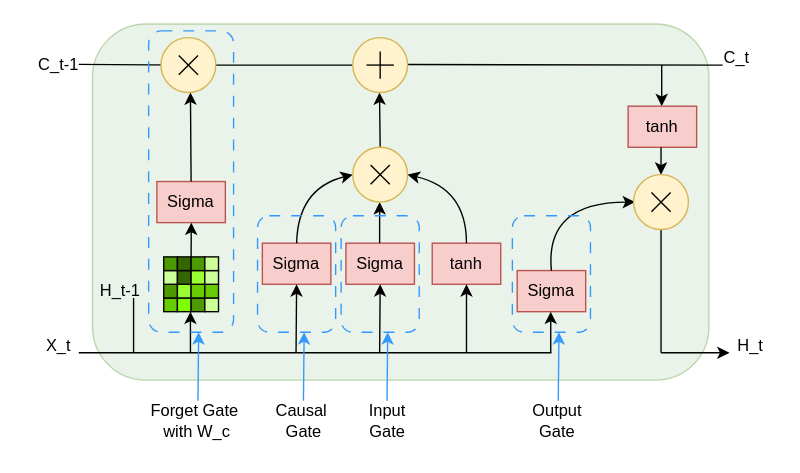
This is lstm.drawio from hzb29/hzb29, a draw.io file, before an edit. Source tidied: cells renumbered, new cells numbered last; positions are measured from the earlier drawing's top-left corner, leaving out a move shared by most shapes. Both pictures are drawn from the tidied source at 137%, with x=0, y=0 at pixel (23, 23).
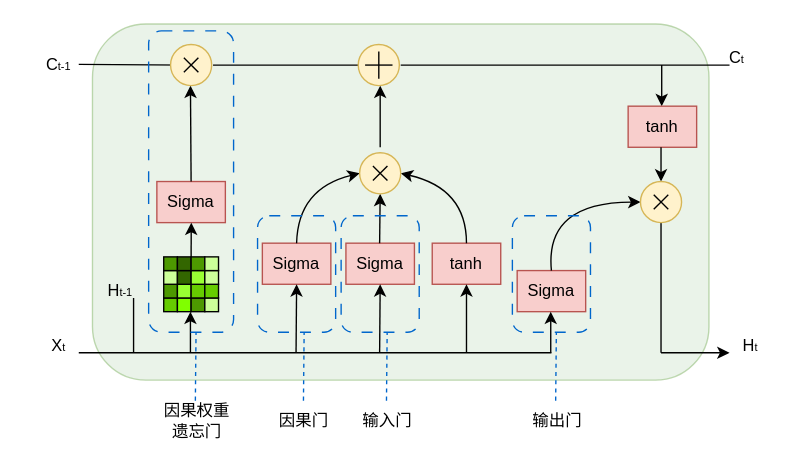
After the change.

Unchanged cells that the change refers to:
```xml
<mxCell id="5" value="Sigma" style="rounded=0;whiteSpace=wrap;html=1;fillColor=#f8cecc;strokeColor=#b85450;" parent="1" vertex="1">
  <mxGeometry x="97" y="115" width="50" height="30" as="geometry" />
</mxCell>
<mxCell id="7" value="Sigma" style="rounded=0;whiteSpace=wrap;html=1;fillColor=#f8cecc;strokeColor=#b85450;" parent="1" vertex="1">
  <mxGeometry x="360" y="180" width="50" height="30" as="geometry" />
</mxCell>
<mxCell id="8" value="tanh" style="rounded=0;whiteSpace=wrap;html=1;fillColor=#f8cecc;strokeColor=#b85450;" parent="1" vertex="1">
  <mxGeometry x="298" y="160" width="50" height="30" as="geometry" />
</mxCell>
<mxCell id="48" value="Sigma" style="rounded=0;whiteSpace=wrap;html=1;fillColor=#f8cecc;strokeColor=#b85450;" parent="1" vertex="1">
  <mxGeometry x="174" y="160" width="50" height="30" as="geometry" />
</mxCell>
```

What changed in the source:
```diff
@@
     <mxCell id="3" style="endArrow=none;html=1;rounded=0;" parent="1" edge="1">
       <mxGeometry relative="1" as="geometry">
-        <mxPoint x="140" y="30" as="sourcePoint" />
-        <mxPoint x="240" y="30" as="targetPoint" />
+        <mxPoint x="138" y="30" as="sourcePoint" />
+        <mxPoint x="249" y="30" as="targetPoint" />
       </mxGeometry>
     </mxCell>
@@
     <mxCell id="9" style="endArrow=classic;html=1;rounded=0;exitX=0.5;exitY=0;exitDx=0;exitDy=0;" parent="1" edge="1" source="5">
       <mxGeometry relative="1" as="geometry">
-        <mxPoint x="121.5" y="50" as="targetPoint" />
+        <mxPoint x="121.5" y="45" as="targetPoint" />
       </mxGeometry>
     </mxCell>
-    <mxCell id="10" style="curved=1;endArrow=classic;html=1;rounded=0;exitX=0.5;exitY=0;exitDx=0;exitDy=0;entryX=1;entryY=0.5;entryDx=0;entryDy=0;" parent="1" edge="1" source="8">
+    <mxCell id="10" style="curved=1;endArrow=classic;html=1;rounded=0;exitX=0.5;exitY=0;exitDx=0;exitDy=0;entryX=1;entryY=0.5;entryDx=0;entryDy=0;" parent="1" edge="1" source="8" target="89">
       <mxGeometry relative="1" as="geometry">
-        <mxPoint x="280" y="110" as="targetPoint" />
         <Array as="points">
           <mxPoint x="323" y="120" />
         </Array>
       </mxGeometry>
     </mxCell>
     <mxCell id="11" style="endArrow=classic;html=1;rounded=0;" parent="1" edge="1">
       <mxGeometry relative="1" as="geometry">
         <mxPoint x="260" y="90" as="sourcePoint" />
-        <mxPoint x="259.5" y="50" as="targetPoint" />
+        <mxPoint x="260" y="45" as="targetPoint" />
       </mxGeometry>
     </mxCell>
@@
-    <mxCell id="14" style="curved=1;endArrow=classic;html=1;rounded=0;entryX=0;entryY=0.5;entryDx=0;entryDy=0;exitX=0.5;exitY=0;exitDx=0;exitDy=0;" parent="1" edge="1" source="7">
+    <mxCell id="14" style="curved=1;endArrow=classic;html=1;rounded=0;entryX=0;entryY=0.5;entryDx=0;entryDy=0;exitX=0.5;exitY=0;exitDx=0;exitDy=0;" parent="1" edge="1" source="7" target="95">
       <mxGeometry relative="1" as="geometry">
-        <mxPoint x="446" y="130" as="targetPoint" />
         <Array as="points">
           <mxPoint x="380" y="130" />
         </Array>
       </mxGeometry>
     </mxCell>
-    <mxCell id="15" style="endArrow=classic;html=1;rounded=0;" parent="1" edge="1">
+    <mxCell id="15" style="endArrow=classic;html=1;rounded=0;entryX=0.5;entryY=0;entryDx=0;entryDy=0;" parent="1" edge="1" target="95">
       <mxGeometry relative="1" as="geometry">
         <mxPoint x="465" y="90" as="sourcePoint" />
-        <mxPoint x="465" y="110" as="targetPoint" />
       </mxGeometry>
     </mxCell>
-    <mxCell id="16" style="endArrow=none;html=1;rounded=0;" parent="1" edge="1">
+    <mxCell id="16" style="endArrow=none;html=1;rounded=0;entryX=0.5;entryY=1;entryDx=0;entryDy=0;" parent="1" edge="1" target="95">
       <mxGeometry relative="1" as="geometry">
         <mxPoint x="465" y="240" as="sourcePoint" />
-        <mxPoint x="465" y="150" as="targetPoint" />
       </mxGeometry>
     </mxCell>
@@
-    <mxCell id="23" value="C_t" style="text;html=1;align=center;verticalAlign=middle;strokeColor=none;fillColor=none;" parent="1" vertex="1">
-      <mxGeometry x="500" y="10" width="40" height="30" as="geometry" />
+    <mxCell id="23" value="C&lt;font style=&quot;font-size: 8px;&quot;&gt;t&lt;/font&gt;" style="text;html=1;align=center;verticalAlign=middle;strokeColor=none;fillColor=none;" parent="1" vertex="1">
+      <mxGeometry x="505" y="10" width="30" height="30" as="geometry" />
     </mxCell>
-    <mxCell id="24" value="C_t-1" style="text;html=1;align=center;verticalAlign=middle;strokeColor=none;fillColor=none;" parent="1" vertex="1">
-      <mxGeometry y="15" width="50" height="30" as="geometry" />
+    <mxCell id="24" value="C&lt;font style=&quot;font-size: 8px;&quot;&gt;t-1&lt;/font&gt;" style="text;html=1;align=center;verticalAlign=middle;strokeColor=none;fillColor=none;" parent="1" vertex="1">
+      <mxGeometry x="5" y="15" width="40" height="30" as="geometry" />
     </mxCell>
-    <mxCell id="25" value="H_t-1" style="text;html=1;align=center;verticalAlign=middle;strokeColor=none;fillColor=none;" parent="1" vertex="1">
-      <mxGeometry x="45" y="180" width="50" height="30" as="geometry" />
+    <mxCell id="25" value="H&lt;font style=&quot;font-size: 8px;&quot;&gt;t-1&lt;/font&gt;" style="text;html=1;align=center;verticalAlign=middle;strokeColor=none;fillColor=none;" parent="1" vertex="1">
+      <mxGeometry x="50" y="180" width="40" height="30" as="geometry" />
     </mxCell>
-    <mxCell id="26" value="H_t" style="text;html=1;align=center;verticalAlign=middle;strokeColor=none;fillColor=none;" parent="1" vertex="1">
-      <mxGeometry x="510" y="220" width="40" height="30" as="geometry" />
+    <mxCell id="26" value="H&lt;font style=&quot;font-size: 8px;&quot;&gt;t&lt;/font&gt;" style="text;html=1;align=center;verticalAlign=middle;strokeColor=none;fillColor=none;" parent="1" vertex="1">
+      <mxGeometry x="515" y="220" width="30" height="30" as="geometry" />
     </mxCell>
@@
-    <mxCell id="28" value="X_t" style="text;html=1;align=center;verticalAlign=middle;strokeColor=none;fillColor=none;" parent="1" vertex="1">
-      <mxGeometry x="5" y="220" width="40" height="30" as="geometry" />
+    <mxCell id="28" value="X&lt;font style=&quot;font-size: 8px;&quot;&gt;t&lt;/font&gt;" style="text;html=1;align=center;verticalAlign=middle;strokeColor=none;fillColor=none;" parent="1" vertex="1">
+      <mxGeometry x="10" y="220" width="30" height="30" as="geometry" />
     </mxCell>
@@
-    <mxCell id="46" style="rounded=1;whiteSpace=wrap;html=1;dashed=1;dashPattern=8 8;fillColor=none;strokeColor=#3399FF;" parent="1" vertex="1">
+    <mxCell id="46" style="rounded=1;whiteSpace=wrap;html=1;dashed=1;dashPattern=8 8;fillColor=none;strokeColor=#0066CC;" parent="1" vertex="1">
       <mxGeometry x="91" y="5" width="62" height="220" as="geometry" />
     </mxCell>
     <mxCell id="47" style="endArrow=none;html=1;rounded=0;" parent="1" edge="1">
       <mxGeometry relative="1" as="geometry">
-        <mxPoint x="280" y="29.6" as="sourcePoint" />
-        <mxPoint x="510" y="30" as="targetPoint" />
+        <mxPoint x="275" y="30" as="sourcePoint" />
+        <mxPoint x="515" y="30" as="targetPoint" />
       </mxGeometry>
     </mxCell>
@@
-    <mxCell id="49" style="endArrow=classic;html=1;rounded=0;" parent="1" edge="1">
+    <mxCell id="49" style="endArrow=classic;html=1;rounded=0;entryX=0.5;entryY=1;entryDx=0;entryDy=0;" parent="1" edge="1" target="89">
       <mxGeometry relative="1" as="geometry">
         <mxPoint x="259.6" y="160" as="sourcePoint" />
-        <mxPoint x="259.6" y="130" as="targetPoint" />
       </mxGeometry>
     </mxCell>
@@
-    <mxCell id="51" style="curved=1;endArrow=classic;html=1;rounded=0;exitX=0.5;exitY=0;exitDx=0;exitDy=0;" parent="1" edge="1" source="48">
+    <mxCell id="51" style="curved=1;endArrow=classic;html=1;rounded=0;exitX=0.5;exitY=0;exitDx=0;exitDy=0;entryX=0;entryY=0.5;entryDx=0;entryDy=0;" parent="1" edge="1" source="48" target="89">
       <mxGeometry relative="1" as="geometry">
-        <mxPoint x="240" y="110" as="targetPoint" />
         <Array as="points">
           <mxPoint x="200" y="120" />
         </Array>
       </mxGeometry>
     </mxCell>
@@
-    <mxCell id="53" style="rounded=1;whiteSpace=wrap;html=1;dashed=1;dashPattern=8 8;fillColor=none;strokeColor=#3399FF;" parent="1" vertex="1">
+    <mxCell id="53" style="rounded=1;whiteSpace=wrap;html=1;dashed=1;dashPattern=8 8;fillColor=none;strokeColor=#0066CC;" parent="1" vertex="1">
       <mxGeometry x="170.5" y="140" width="57" height="85" as="geometry" />
     </mxCell>
-    <mxCell id="54" style="rounded=1;whiteSpace=wrap;html=1;dashed=1;dashPattern=8 8;fillColor=none;strokeColor=#3399FF;" parent="1" vertex="1">
+    <mxCell id="54" style="rounded=1;whiteSpace=wrap;html=1;dashed=1;dashPattern=8 8;fillColor=none;strokeColor=#0066CC;" parent="1" vertex="1">
       <mxGeometry x="231.5" y="140" width="57" height="85" as="geometry" />
     </mxCell>
-    <mxCell id="55" style="rounded=1;whiteSpace=wrap;html=1;dashed=1;dashPattern=8 8;fillColor=none;strokeColor=#3399FF;" parent="1" vertex="1">
+    <mxCell id="55" style="rounded=1;whiteSpace=wrap;html=1;dashed=1;dashPattern=8 8;fillColor=none;strokeColor=#0066CC;" parent="1" vertex="1">
       <mxGeometry x="356.5" y="140" width="57" height="85" as="geometry" />
     </mxCell>
-    <mxCell id="56" style="endArrow=classic;html=1;rounded=0;strokeColor=#3399FF;" parent="1" edge="1">
-      <mxGeometry relative="1" as="geometry">
-        <mxPoint x="390" y="275" as="sourcePoint" />
-        <mxPoint x="390.5" y="225" as="targetPoint" />
-      </mxGeometry>
-    </mxCell>
-    <mxCell id="57" style="endArrow=classic;html=1;rounded=0;strokeColor=#3399FF;" parent="1" edge="1">
-      <mxGeometry relative="1" as="geometry">
-        <mxPoint x="265" y="275" as="sourcePoint" />
-        <mxPoint x="265.5" y="225" as="targetPoint" />
-      </mxGeometry>
-    </mxCell>
-    <mxCell id="58" style="endArrow=classic;html=1;rounded=0;strokeColor=#3399FF;" parent="1" edge="1">
+    <mxCell id="58" style="endArrow=none;html=1;rounded=0;strokeColor=#0066CC;startFill=0;dashed=1;" parent="1" edge="1">
       <mxGeometry relative="1" as="geometry">
         <mxPoint x="204" y="275" as="sourcePoint" />
         <mxPoint x="204.5" y="225" as="targetPoint" />
       </mxGeometry>
     </mxCell>
-    <mxCell id="59" style="endArrow=classic;html=1;rounded=0;strokeColor=#3399FF;" parent="1" edge="1">
+    <mxCell id="59" style="endArrow=classic;html=1;rounded=0;strokeColor=none;dashed=1;" parent="1" edge="1">
       <mxGeometry relative="1" as="geometry">
         <mxPoint x="127" y="275" as="sourcePoint" />
         <mxPoint x="127.5" y="225" as="targetPoint" />
       </mxGeometry>
     </mxCell>
-    <mxCell id="60" value="Forget Gate&amp;nbsp;&lt;div&gt;with W_c&lt;/div&gt;" style="text;html=1;align=center;verticalAlign=middle;strokeColor=none;fillColor=none;" parent="1" vertex="1">
-      <mxGeometry x="80.5" y="270" width="90" height="40" as="geometry" />
+    <mxCell id="60" value="因果权重&lt;div&gt;遗忘门&lt;/div&gt;" style="text;html=1;align=center;verticalAlign=middle;strokeColor=none;fillColor=none;" parent="1" vertex="1">
+      <mxGeometry x="90.5" y="270" width="70" height="40" as="geometry" />
     </mxCell>
-    <mxCell id="61" value="Causal&amp;nbsp;&lt;div&gt;Gate&lt;/div&gt;" style="text;html=1;align=center;verticalAlign=middle;strokeColor=none;fillColor=none;" parent="1" vertex="1">
-      <mxGeometry x="174" y="270" width="60" height="40" as="geometry" />
+    <mxCell id="61" value="因果门" style="text;html=1;align=center;verticalAlign=middle;strokeColor=none;fillColor=none;" parent="1" vertex="1">
+      <mxGeometry x="174" y="275" width="60" height="30" as="geometry" />
     </mxCell>
-    <mxCell id="62" value="Input&lt;br&gt;&lt;div&gt;Gate&lt;/div&gt;" style="text;html=1;align=center;verticalAlign=middle;strokeColor=none;fillColor=none;" parent="1" vertex="1">
-      <mxGeometry x="240" y="270" width="50" height="40" as="geometry" />
+    <mxCell id="62" value="输入门" style="text;html=1;align=center;verticalAlign=middle;strokeColor=none;fillColor=none;" parent="1" vertex="1">
+      <mxGeometry x="235" y="275" width="60" height="30" as="geometry" />
     </mxCell>
-    <mxCell id="63" value="Output&lt;br&gt;&lt;div&gt;Gate&lt;/div&gt;" style="text;html=1;align=center;verticalAlign=middle;strokeColor=none;fillColor=none;" parent="1" vertex="1">
-      <mxGeometry x="358.5" y="270" width="60" height="40" as="geometry" />
+    <mxCell id="63" value="输出门" style="text;html=1;align=center;verticalAlign=middle;strokeColor=none;fillColor=none;" parent="1" vertex="1">
+      <mxGeometry x="358.5" y="275" width="60" height="30" as="geometry" />
     </mxCell>
-    <mxCell id="64" style="ellipse;whiteSpace=wrap;html=1;fillColor=#fff2cc;strokeColor=#d6b656;" parent="1" vertex="1">
-      <mxGeometry x="240" y="10" width="40" height="40" as="geometry" />
-    </mxCell>
-    <mxCell id="65" style="group;strokeWidth=2;" parent="1" vertex="1">
-      <mxGeometry x="250" y="20" width="20" height="20" as="geometry" />
-    </mxCell>
-    <mxCell id="66" style="endArrow=none;dashed=1;html=1;rounded=0;" parent="65" edge="1">
-      <mxGeometry relative="1" as="geometry">
-        <mxPoint y="10" as="sourcePoint" />
-        <mxPoint y="10" as="targetPoint" />
-      </mxGeometry>
-    </mxCell>
-    <mxCell id="67" style="endArrow=none;html=1;rounded=0;" parent="65" edge="1">
-      <mxGeometry relative="1" as="geometry">
-        <mxPoint y="10" as="sourcePoint" />
-        <mxPoint x="20" y="10" as="targetPoint" />
-      </mxGeometry>
-    </mxCell>
-    <mxCell id="68" style="endArrow=none;html=1;rounded=0;" parent="65" edge="1">
-      <mxGeometry relative="1" as="geometry">
-        <mxPoint x="10" y="20" as="sourcePoint" />
-        <mxPoint x="10" as="targetPoint" />
-      </mxGeometry>
-    </mxCell>
-    <mxCell id="69" style="group;" parent="1" vertex="1">
-      <mxGeometry x="445" y="110" width="40" height="40" as="geometry" />
-    </mxCell>
-    <mxCell id="70" style="ellipse;whiteSpace=wrap;html=1;fillColor=#fff2cc;strokeColor=#d6b656;" parent="69" vertex="1">
-      <mxGeometry width="40" height="40" as="geometry" />
-    </mxCell>
-    <mxCell id="71" style="group;strokeWidth=2;rotation=45;" parent="69" vertex="1">
-      <mxGeometry x="10" y="10" width="20" height="20" as="geometry" />
-    </mxCell>
-    <mxCell id="72" style="endArrow=none;dashed=1;html=1;rounded=0;" parent="71" edge="1">
-      <mxGeometry relative="1" as="geometry">
-        <mxPoint x="3" y="3" as="sourcePoint" />
-        <mxPoint x="3" y="3" as="targetPoint" />
-      </mxGeometry>
-    </mxCell>
-    <mxCell id="73" style="endArrow=none;html=1;rounded=0;" parent="71" edge="1">
-      <mxGeometry relative="1" as="geometry">
-        <mxPoint x="3" y="3" as="sourcePoint" />
-        <mxPoint x="17" y="17" as="targetPoint" />
-      </mxGeometry>
-    </mxCell>
-    <mxCell id="74" style="endArrow=none;html=1;rounded=0;" parent="71" edge="1">
-      <mxGeometry relative="1" as="geometry">
-        <mxPoint x="3" y="17" as="sourcePoint" />
-        <mxPoint x="17" y="3" as="targetPoint" />
-      </mxGeometry>
-    </mxCell>
-    <mxCell id="75" style="group;" parent="1" vertex="1">
-      <mxGeometry x="240" y="90" width="40" height="40" as="geometry" />
-    </mxCell>
-    <mxCell id="76" style="ellipse;whiteSpace=wrap;html=1;fillColor=#fff2cc;strokeColor=#d6b656;" parent="75" vertex="1">
-      <mxGeometry width="40" height="40" as="geometry" />
-    </mxCell>
-    <mxCell id="77" style="group;strokeWidth=2;rotation=45;" parent="75" vertex="1">
-      <mxGeometry x="10" y="10" width="20" height="20" as="geometry" />
-    </mxCell>
-    <mxCell id="78" style="endArrow=none;dashed=1;html=1;rounded=0;" parent="77" edge="1">
-      <mxGeometry relative="1" as="geometry">
-        <mxPoint x="3" y="3" as="sourcePoint" />
-        <mxPoint x="3" y="3" as="targetPoint" />
-      </mxGeometry>
-    </mxCell>
-    <mxCell id="79" style="endArrow=none;html=1;rounded=0;" parent="77" edge="1">
-      <mxGeometry relative="1" as="geometry">
-        <mxPoint x="3" y="3" as="sourcePoint" />
-        <mxPoint x="17" y="17" as="targetPoint" />
-      </mxGeometry>
-    </mxCell>
-    <mxCell id="80" style="endArrow=none;html=1;rounded=0;" parent="77" edge="1">
-      <mxGeometry relative="1" as="geometry">
-        <mxPoint x="3" y="17" as="sourcePoint" />
-        <mxPoint x="17" y="3" as="targetPoint" />
-      </mxGeometry>
-    </mxCell>
     <mxCell id="81" style="group;" parent="1" vertex="1">
-      <mxGeometry x="100" y="10" width="40" height="40" as="geometry" />
+      <mxGeometry x="107" y="15" width="30" height="30" as="geometry" />
     </mxCell>
     <mxCell id="82" style="ellipse;whiteSpace=wrap;html=1;fillColor=#fff2cc;strokeColor=#d6b656;" parent="81" vertex="1">
-      <mxGeometry width="40" height="40" as="geometry" />
+      <mxGeometry width="30" height="30" as="geometry" />
     </mxCell>
     <mxCell id="83" style="group;strokeWidth=2;rotation=45;" parent="81" vertex="1">
-      <mxGeometry x="10" y="10" width="20" height="20" as="geometry" />
+      <mxGeometry x="7.5" y="7.5" width="15" height="15" as="geometry" />
     </mxCell>
     <mxCell id="84" style="endArrow=none;dashed=1;html=1;rounded=0;" parent="83" edge="1">
       <mxGeometry relative="1" as="geometry">
-        <mxPoint x="3" y="3" as="sourcePoint" />
-        <mxPoint x="3" y="3" as="targetPoint" />
+        <mxPoint x="2.2" y="2.2" as="sourcePoint" />
+        <mxPoint x="2.2" y="2.2" as="targetPoint" />
       </mxGeometry>
     </mxCell>
     <mxCell id="85" style="endArrow=none;html=1;rounded=0;" parent="83" edge="1">
       <mxGeometry relative="1" as="geometry">
-        <mxPoint x="3" y="3" as="sourcePoint" />
-        <mxPoint x="17" y="17" as="targetPoint" />
+        <mxPoint x="2.2" y="2.2" as="sourcePoint" />
+        <mxPoint x="12.8" y="12.8" as="targetPoint" />
       </mxGeometry>
     </mxCell>
     <mxCell id="86" style="endArrow=none;html=1;rounded=0;" parent="83" edge="1">
       <mxGeometry relative="1" as="geometry">
-        <mxPoint x="3" y="17" as="sourcePoint" />
-        <mxPoint x="17" y="3" as="targetPoint" />
+        <mxPoint x="2.2" y="12.8" as="sourcePoint" />
+        <mxPoint x="12.8" y="2.2" as="targetPoint" />
       </mxGeometry>
     </mxCell>
+    <mxCell id="87" style="group;" parent="1" vertex="1">
+      <mxGeometry x="244" y="15" width="30" height="30" as="geometry" />
+    </mxCell>
+    <mxCell id="64" style="ellipse;whiteSpace=wrap;html=1;fillColor=#fff2cc;strokeColor=#d6b656;" parent="87" vertex="1">
+      <mxGeometry width="30" height="30" as="geometry" />
+    </mxCell>
+    <mxCell id="65" style="group;strokeWidth=2;" parent="87" vertex="1">
+      <mxGeometry x="5" y="5" width="20" height="20" as="geometry" />
+    </mxCell>
+    <mxCell id="66" style="endArrow=none;dashed=1;html=1;rounded=0;" parent="65" edge="1">
+      <mxGeometry relative="1" as="geometry">
+        <mxPoint y="10" as="sourcePoint" />
+        <mxPoint y="10" as="targetPoint" />
+      </mxGeometry>
+    </mxCell>
+    <mxCell id="67" style="endArrow=none;html=1;rounded=0;" parent="65" edge="1">
+      <mxGeometry relative="1" as="geometry">
+        <mxPoint y="10" as="sourcePoint" />
+        <mxPoint x="20" y="10" as="targetPoint" />
+      </mxGeometry>
+    </mxCell>
+    <mxCell id="68" style="endArrow=none;html=1;rounded=0;" parent="65" edge="1">
+      <mxGeometry relative="1" as="geometry">
+        <mxPoint x="10" y="20" as="sourcePoint" />
+        <mxPoint x="10" as="targetPoint" />
+      </mxGeometry>
+    </mxCell>
+    <mxCell id="88" style="group;" parent="1" vertex="1">
+      <mxGeometry x="245" y="94" width="30" height="30" as="geometry" />
+    </mxCell>
+    <mxCell id="89" style="ellipse;whiteSpace=wrap;html=1;fillColor=#fff2cc;strokeColor=#d6b656;" parent="88" vertex="1">
+      <mxGeometry width="30" height="30" as="geometry" />
+    </mxCell>
+    <mxCell id="90" style="group;strokeWidth=2;rotation=45;" parent="88" vertex="1">
+      <mxGeometry x="7.5" y="7.5" width="15" height="15" as="geometry" />
+    </mxCell>
+    <mxCell id="91" style="endArrow=none;dashed=1;html=1;rounded=0;" parent="90" edge="1">
+      <mxGeometry relative="1" as="geometry">
+        <mxPoint x="2.2" y="2.2" as="sourcePoint" />
+        <mxPoint x="2.2" y="2.2" as="targetPoint" />
+      </mxGeometry>
+    </mxCell>
+    <mxCell id="92" style="endArrow=none;html=1;rounded=0;" parent="90" edge="1">
+      <mxGeometry relative="1" as="geometry">
+        <mxPoint x="2.2" y="2.2" as="sourcePoint" />
+        <mxPoint x="12.8" y="12.8" as="targetPoint" />
+      </mxGeometry>
+    </mxCell>
+    <mxCell id="93" style="endArrow=none;html=1;rounded=0;" parent="90" edge="1">
+      <mxGeometry relative="1" as="geometry">
+        <mxPoint x="2.2" y="12.8" as="sourcePoint" />
+        <mxPoint x="12.8" y="2.2" as="targetPoint" />
+      </mxGeometry>
+    </mxCell>
+    <mxCell id="94" style="group;" parent="1" vertex="1">
+      <mxGeometry x="450" y="115" width="30" height="30" as="geometry" />
+    </mxCell>
+    <mxCell id="95" style="ellipse;whiteSpace=wrap;html=1;fillColor=#fff2cc;strokeColor=#d6b656;" parent="94" vertex="1">
+      <mxGeometry width="30" height="30" as="geometry" />
+    </mxCell>
+    <mxCell id="96" style="group;strokeWidth=2;rotation=45;" parent="94" vertex="1">
+      <mxGeometry x="7.5" y="7.5" width="15" height="15" as="geometry" />
+    </mxCell>
+    <mxCell id="97" style="endArrow=none;dashed=1;html=1;rounded=0;" parent="96" edge="1">
+      <mxGeometry relative="1" as="geometry">
+        <mxPoint x="2.2" y="2.2" as="sourcePoint" />
+        <mxPoint x="2.2" y="2.2" as="targetPoint" />
+      </mxGeometry>
+    </mxCell>
+    <mxCell id="98" style="endArrow=none;html=1;rounded=0;" parent="96" edge="1">
+      <mxGeometry relative="1" as="geometry">
+        <mxPoint x="2.2" y="2.2" as="sourcePoint" />
+        <mxPoint x="12.8" y="12.8" as="targetPoint" />
+      </mxGeometry>
+    </mxCell>
+    <mxCell id="99" style="endArrow=none;html=1;rounded=0;" parent="96" edge="1">
+      <mxGeometry relative="1" as="geometry">
+        <mxPoint x="2.2" y="12.8" as="sourcePoint" />
+        <mxPoint x="12.8" y="2.2" as="targetPoint" />
+      </mxGeometry>
+    </mxCell>
+    <mxCell id="100" style="endArrow=none;html=1;rounded=0;strokeColor=#0066CC;startFill=0;dashed=1;" parent="1" edge="1">
+      <mxGeometry relative="1" as="geometry">
+        <mxPoint x="264.6" y="275" as="sourcePoint" />
+        <mxPoint x="265.1" y="225" as="targetPoint" />
+      </mxGeometry>
+    </mxCell>
+    <mxCell id="101" style="endArrow=none;html=1;rounded=0;strokeColor=#0066CC;startFill=0;dashed=1;" parent="1" edge="1">
+      <mxGeometry relative="1" as="geometry">
+        <mxPoint x="388.1" y="275" as="sourcePoint" />
+        <mxPoint x="388.6" y="225" as="targetPoint" />
+      </mxGeometry>
+    </mxCell>
+    <mxCell id="102" style="endArrow=none;html=1;rounded=0;strokeColor=#0066CC;startFill=0;dashed=1;" parent="1" edge="1">
+      <mxGeometry relative="1" as="geometry">
+        <mxPoint x="125.1" y="275" as="sourcePoint" />
+        <mxPoint x="125.6" y="225" as="targetPoint" />
+      </mxGeometry>
+    </mxCell>
```
